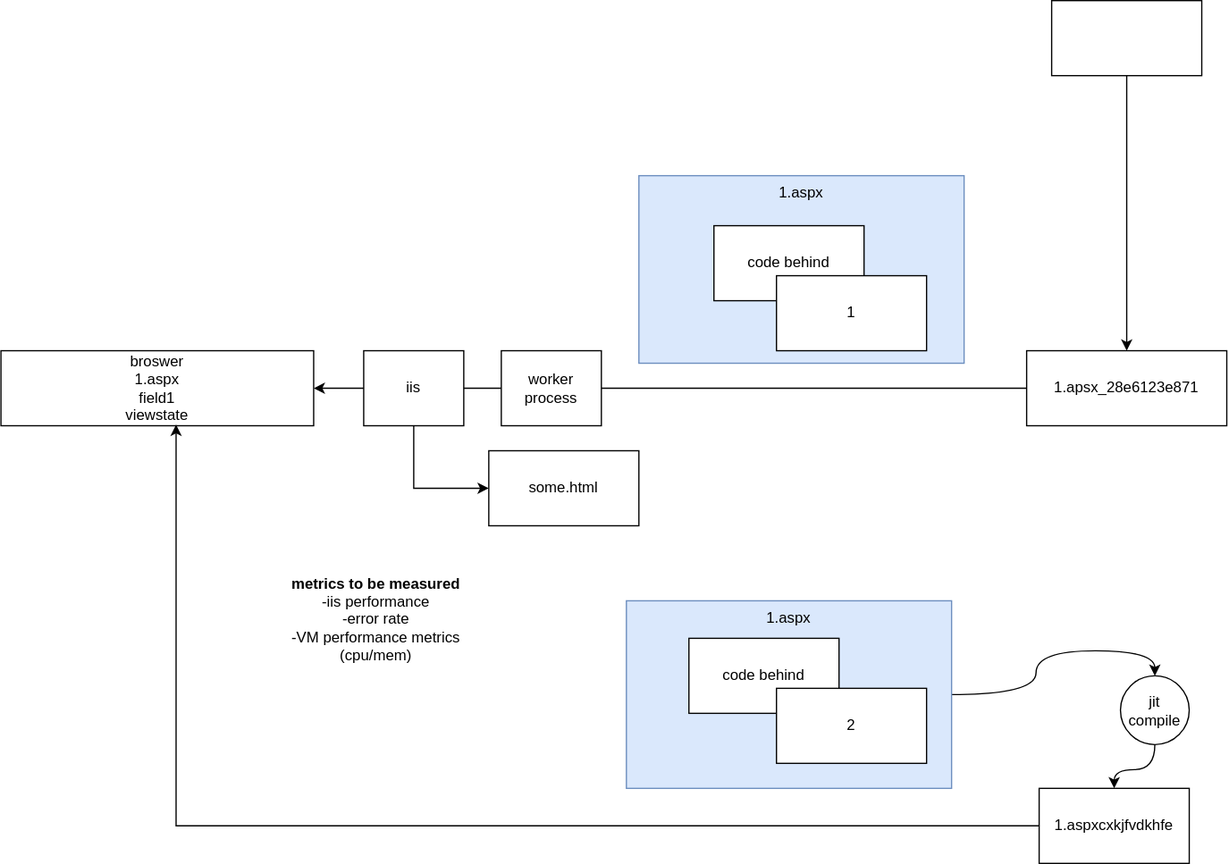
Earlier version of the draw.io export multithreadingredisissue.svg (vjavle/invoicecloud). Source tidied: cells renumbered, new cells last; positions are measured from the earlier drawing's top-left corner, leaving out a move shared by most shapes.
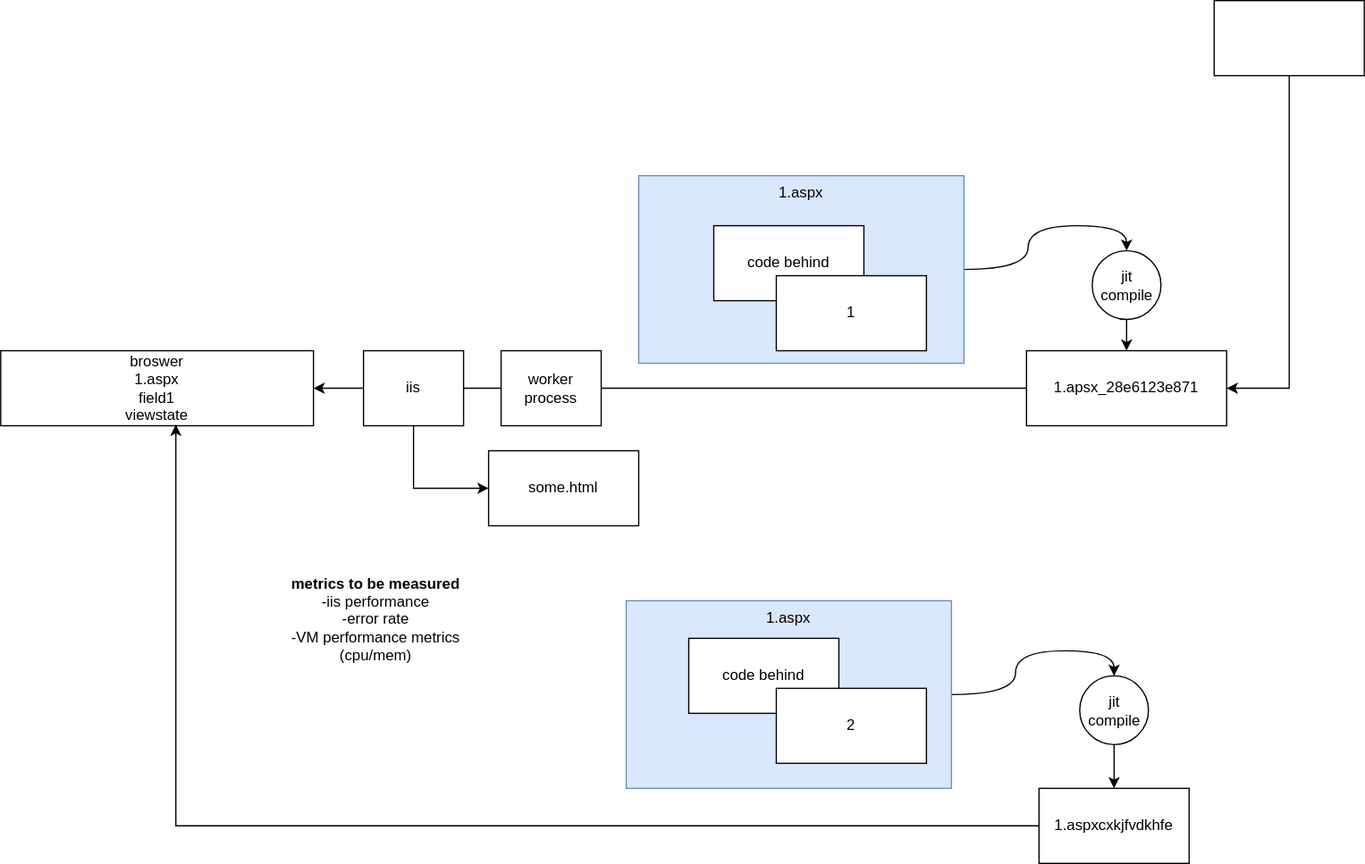
The same file after the commit.

The edit, as a diff of the source:
```diff
@@ -2,6 +2,9 @@
   <root>
     <mxCell id="0" />
     <mxCell id="1" parent="0" />
+    <mxCell id="23" style="edgeStyle=orthogonalEdgeStyle;curved=1;rounded=0;jettySize=auto;html=1;entryX=0.5;entryY=0;entryDx=0;entryDy=0;" parent="1" edge="1" source="2" target="25">
+      <mxGeometry relative="1" as="geometry" />
+    </mxCell>
     <mxCell id="2" value="1.aspx" style="rounded=0;whiteSpace=wrap;html=1;fillColor=#dae8fc;strokeColor=#6c8ebf;verticalAlign=top;" parent="1" vertex="1">
       <mxGeometry x="510" y="140" width="260" height="150" as="geometry" />
     </mxCell>
@@ -34,11 +37,11 @@
     <mxCell id="11" value="1.aspxcxkjfvdkhfe" style="rounded=0;whiteSpace=wrap;html=1;" parent="1" vertex="1">
       <mxGeometry x="830" y="630" width="120" height="60" as="geometry" />
     </mxCell>
-    <mxCell id="12" style="edgeStyle=orthogonalEdgeStyle;rounded=0;jettySize=auto;html=1;" parent="1" edge="1" source="13" target="5">
+    <mxCell id="12" style="edgeStyle=orthogonalEdgeStyle;rounded=0;jettySize=auto;html=1;entryX=1;entryY=0.5;entryDx=0;entryDy=0;" parent="1" edge="1" source="13" target="5">
       <mxGeometry relative="1" as="geometry" />
     </mxCell>
     <mxCell id="13" style="rounded=0;whiteSpace=wrap;html=1;" parent="1" vertex="1">
-      <mxGeometry x="840" width="120" height="60" as="geometry" />
+      <mxGeometry x="970" width="120" height="60" as="geometry" />
     </mxCell>
     <mxCell id="14" value="1" style="rounded=0;whiteSpace=wrap;html=1;" parent="1" vertex="1">
       <mxGeometry x="620" y="220" width="120" height="60" as="geometry" />
@@ -69,7 +72,13 @@
       <mxGeometry relative="1" as="geometry" />
     </mxCell>
     <mxCell id="22" value="jit compile" style="ellipse;whiteSpace=wrap;html=1;" parent="1" vertex="1">
-      <mxGeometry x="895" y="540" width="55" height="55" as="geometry" />
+      <mxGeometry x="862.5" y="540" width="55" height="55" as="geometry" />
     </mxCell>
+    <mxCell id="24" style="edgeStyle=orthogonalEdgeStyle;curved=1;rounded=0;jettySize=auto;html=1;" parent="1" edge="1" source="25" target="5">
+      <mxGeometry relative="1" as="geometry" />
+    </mxCell>
+    <mxCell id="25" value="jit compile" style="ellipse;whiteSpace=wrap;html=1;" parent="1" vertex="1">
+      <mxGeometry x="872.5" y="200" width="55" height="55" as="geometry" />
+    </mxCell>
   </root>
 </mxGraphModel>
```
